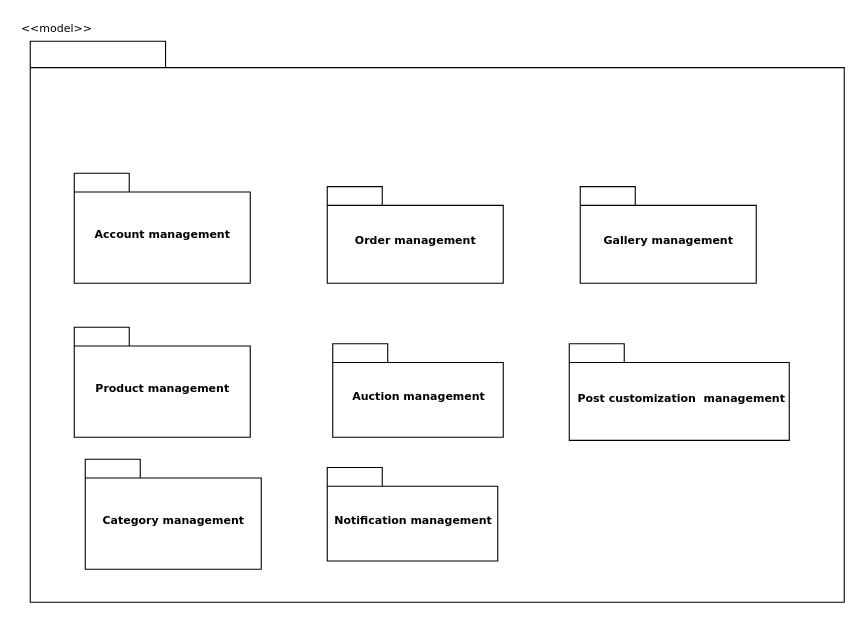
The draw.io diagram Decomposition/Controller.drawio in alibedair/Graduation-Project, before the edit. Source tidied: cells renumbered, new cells numbered last; positions are measured from the earlier drawing's top-left corner, leaving out a move shared by most shapes. Both pictures are drawn from the tidied source at 110%, with x=0, y=0 at pixel (19, 19).
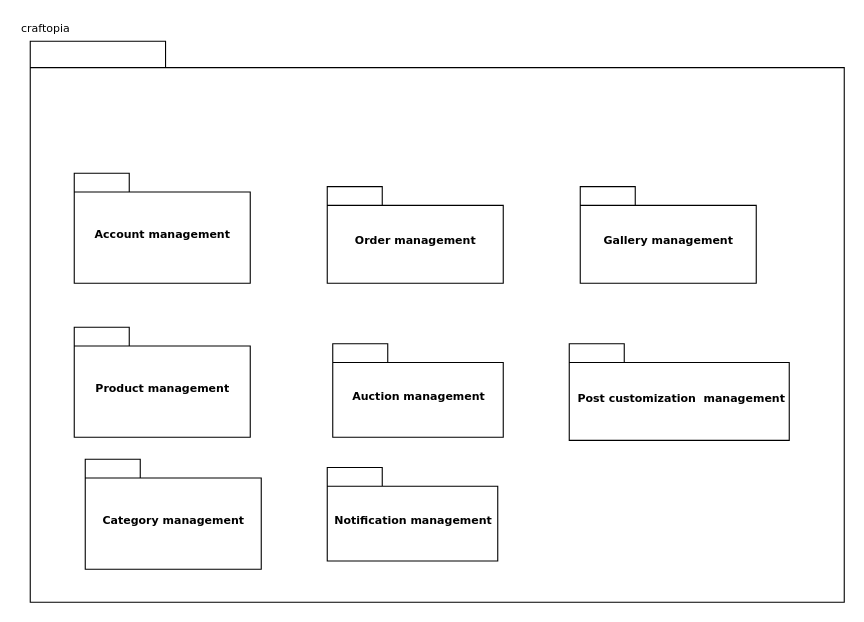
Above is the later version.

Commit message (it also covers changes not shown here):
Mapping use cases with packages

Change to the diagram source:
```diff
@@
 <mxGraphModel>
   <root>
     <mxCell id="0" />
     <mxCell id="1" parent="0" />
     <mxCell id="2" style="shape=folder;fontStyle=1;spacingTop=10;tabWidth=123;tabHeight=24;tabPosition=left;html=1;rounded=0;shadow=0;comic=0;labelBackgroundColor=none;strokeColor=#000000;strokeWidth=1;fillColor=#ffffff;fontFamily=Verdana;fontSize=10;fontColor=#000000;align=center;" parent="1" vertex="1">
       <mxGeometry x="10" y="20" width="740" height="510" as="geometry" />
     </mxCell>
     <mxCell id="3" value="Account management" style="shape=folder;fontStyle=1;spacingTop=10;tabWidth=50;tabHeight=17;tabPosition=left;html=1;rounded=0;shadow=0;comic=0;labelBackgroundColor=none;strokeColor=#000000;strokeWidth=1;fillColor=#ffffff;fontFamily=Verdana;fontSize=10;fontColor=#000000;align=center;" parent="1" vertex="1">
       <mxGeometry x="50" y="140" width="160" height="100" as="geometry" />
     </mxCell>
     <mxCell id="4" value="Product management" style="shape=folder;fontStyle=1;spacingTop=10;tabWidth=50;tabHeight=17;tabPosition=left;html=1;rounded=0;shadow=0;comic=0;labelBackgroundColor=none;strokeColor=#000000;strokeWidth=1;fillColor=#ffffff;fontFamily=Verdana;fontSize=10;fontColor=#000000;align=center;" parent="1" vertex="1">
       <mxGeometry x="50" y="280" width="160" height="100" as="geometry" />
     </mxCell>
     <mxCell id="5" value="Order management" style="shape=folder;fontStyle=1;spacingTop=10;tabWidth=50;tabHeight=17;tabPosition=left;html=1;rounded=0;shadow=0;comic=0;labelBackgroundColor=none;strokeColor=#000000;strokeWidth=1;fillColor=#ffffff;fontFamily=Verdana;fontSize=10;fontColor=#000000;align=center;" parent="1" vertex="1">
       <mxGeometry x="280" y="152.2" width="160" height="87.8" as="geometry" />
     </mxCell>
     <mxCell id="6" value="Auction management" style="shape=folder;fontStyle=1;spacingTop=10;tabWidth=50;tabHeight=17;tabPosition=left;html=1;rounded=0;shadow=0;comic=0;labelBackgroundColor=none;strokeColor=#000000;strokeWidth=1;fillColor=#ffffff;fontFamily=Verdana;fontSize=10;fontColor=#000000;align=center;" parent="1" vertex="1">
       <mxGeometry x="285" y="295" width="155" height="85" as="geometry" />
     </mxCell>
-    <mxCell id="7" value="&amp;lt;&amp;lt;model&amp;gt;&amp;gt;" style="text;html=1;align=left;verticalAlign=top;spacingTop=-4;fontSize=10;fontFamily=Verdana;" parent="1" vertex="1">
+    <mxCell id="7" value="craftopia" style="text;html=1;align=left;verticalAlign=top;spacingTop=-4;fontSize=10;fontFamily=Verdana;" parent="1" vertex="1">
       <mxGeometry width="80" height="30" as="geometry" />
     </mxCell>
     <mxCell id="8" value="Gallery management" style="shape=folder;fontStyle=1;spacingTop=10;tabWidth=50;tabHeight=17;tabPosition=left;html=1;rounded=0;shadow=0;comic=0;labelBackgroundColor=none;strokeColor=#000000;strokeWidth=1;fillColor=#ffffff;fontFamily=Verdana;fontSize=10;fontColor=#000000;align=center;" parent="1" vertex="1">
       <mxGeometry x="510" y="152.2" width="160" height="87.8" as="geometry" />
     </mxCell>
     <mxCell id="9" value="&amp;nbsp;Post customization&amp;nbsp; management" style="shape=folder;fontStyle=1;spacingTop=10;tabWidth=50;tabHeight=17;tabPosition=left;html=1;rounded=0;shadow=0;comic=0;labelBackgroundColor=none;strokeColor=#000000;strokeWidth=1;fillColor=#ffffff;fontFamily=Verdana;fontSize=10;fontColor=#000000;align=center;" parent="1" vertex="1">
       <mxGeometry x="500" y="295" width="200" height="87.8" as="geometry" />
     </mxCell>
     <mxCell id="10" value="Category management" style="shape=folder;fontStyle=1;spacingTop=10;tabWidth=50;tabHeight=17;tabPosition=left;html=1;rounded=0;shadow=0;comic=0;labelBackgroundColor=none;strokeColor=#000000;strokeWidth=1;fillColor=#ffffff;fontFamily=Verdana;fontSize=10;fontColor=#000000;align=center;" parent="1" vertex="1">
       <mxGeometry x="60" y="400" width="160" height="100" as="geometry" />
     </mxCell>
     <mxCell id="11" value="Notification management" style="shape=folder;fontStyle=1;spacingTop=10;tabWidth=50;tabHeight=17;tabPosition=left;html=1;rounded=0;shadow=0;comic=0;labelBackgroundColor=none;strokeColor=#000000;strokeWidth=1;fillColor=#ffffff;fontFamily=Verdana;fontSize=10;fontColor=#000000;align=center;" parent="1" vertex="1">
       <mxGeometry x="280" y="407.5" width="155" height="85" as="geometry" />
     </mxCell>
   </root>
 </mxGraphModel>
```
